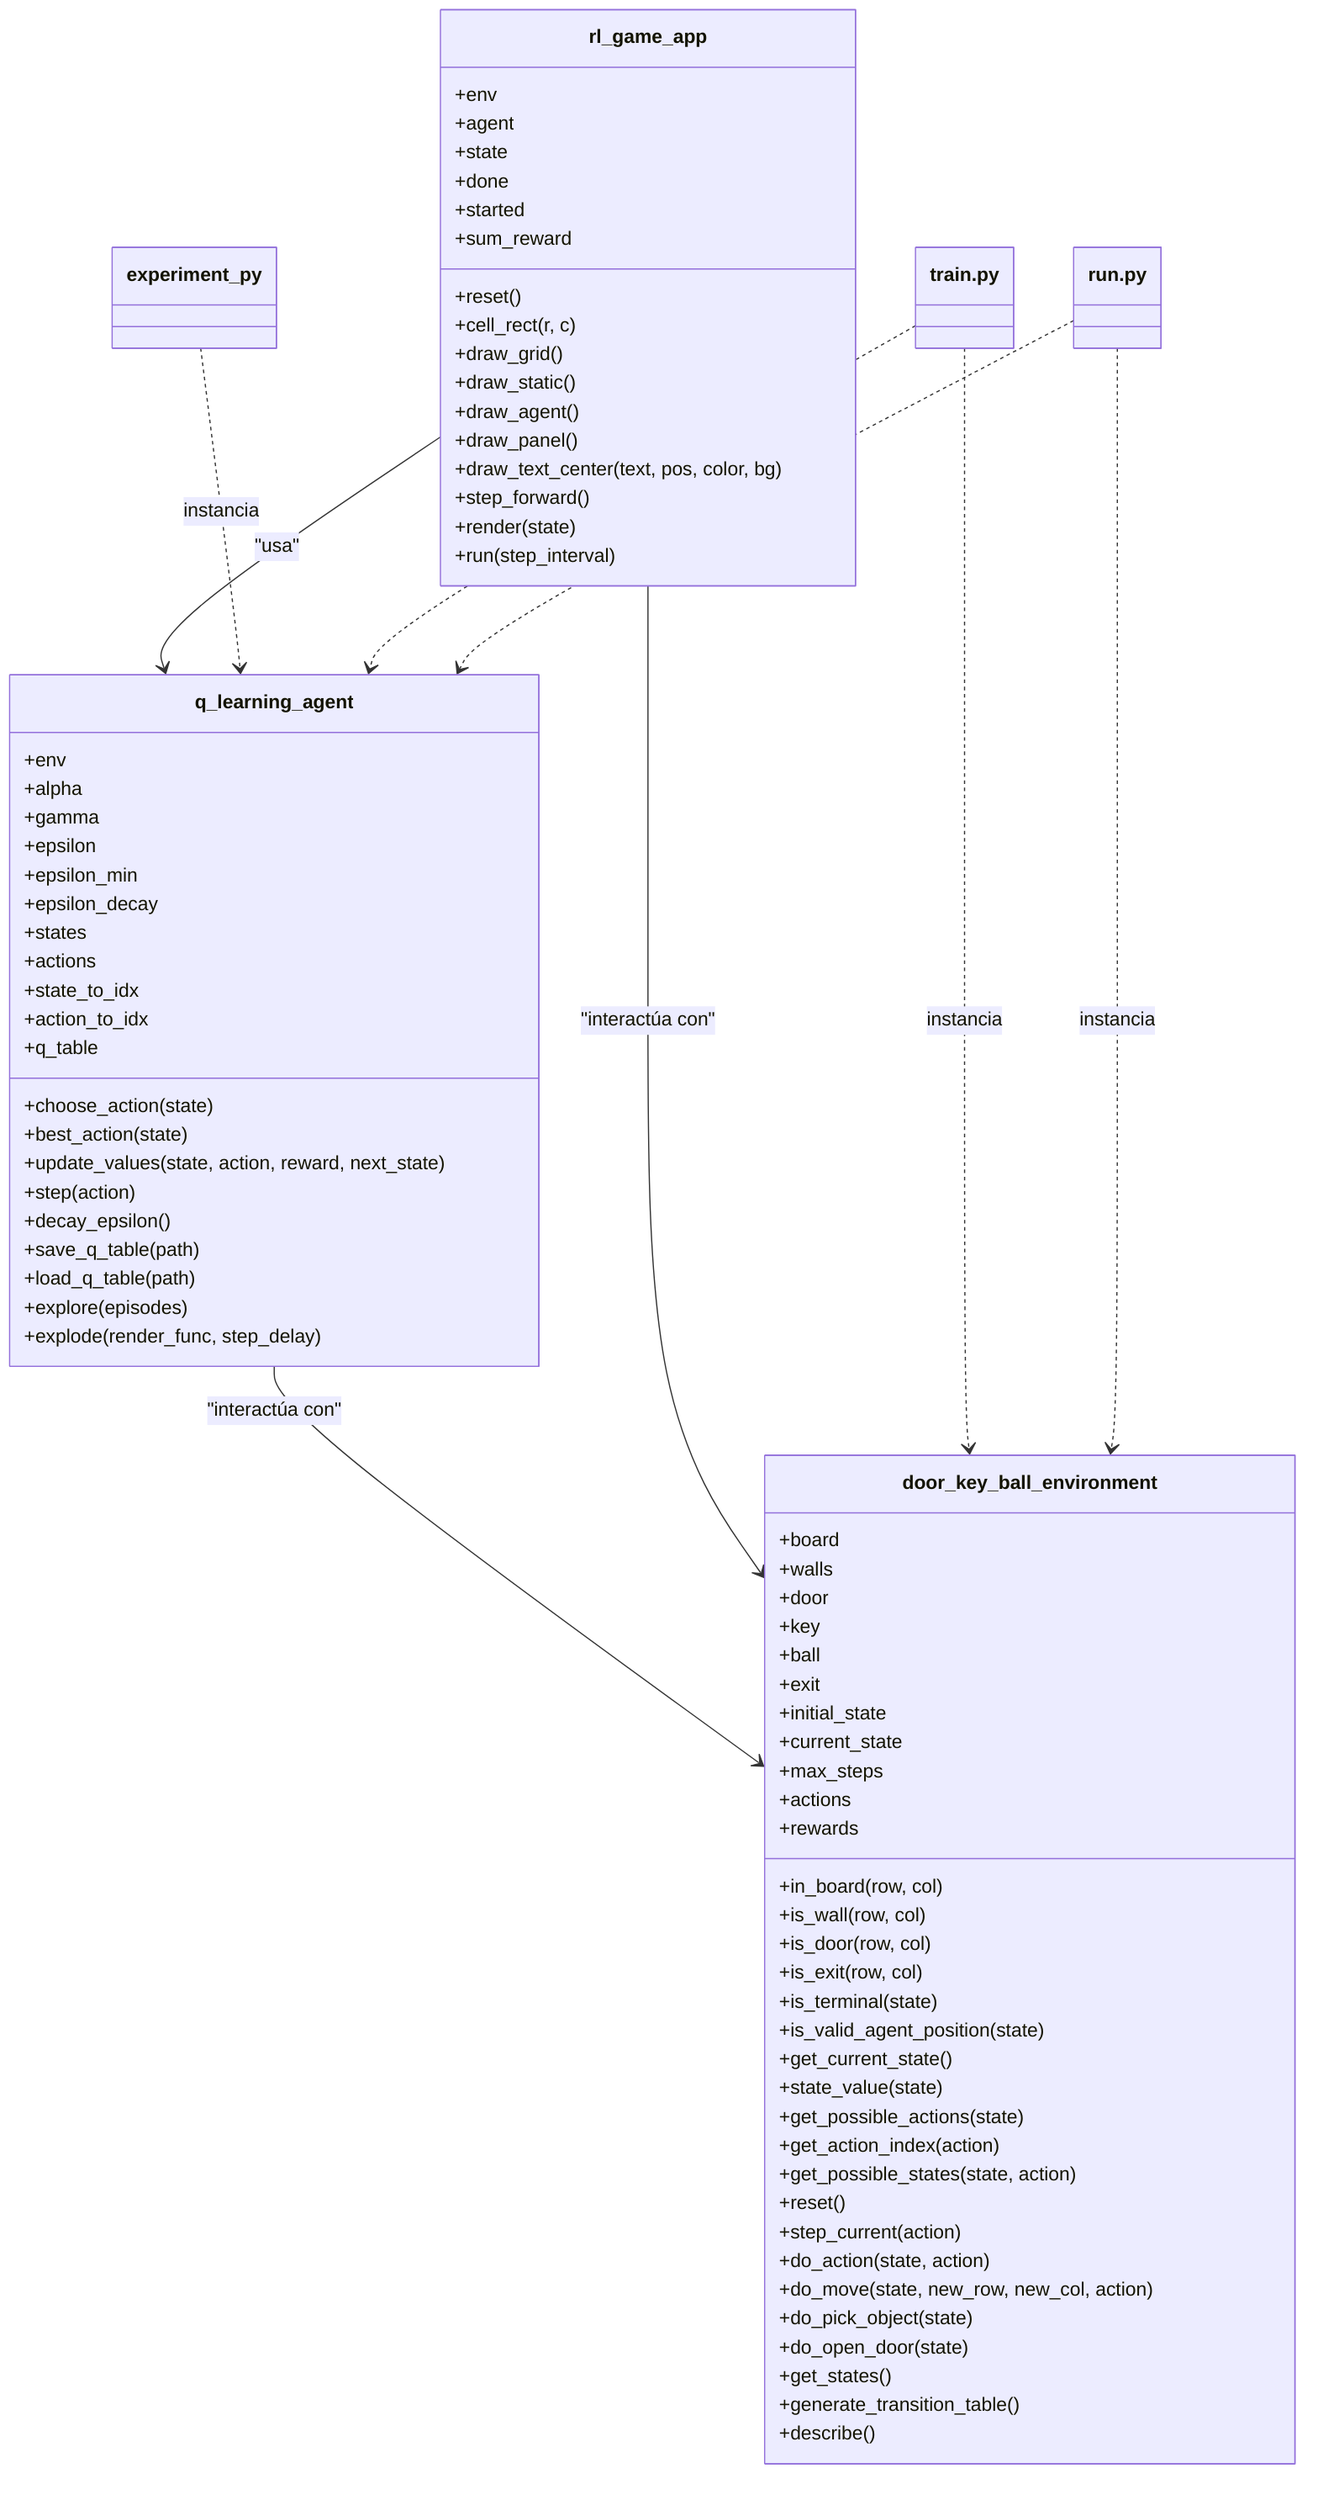
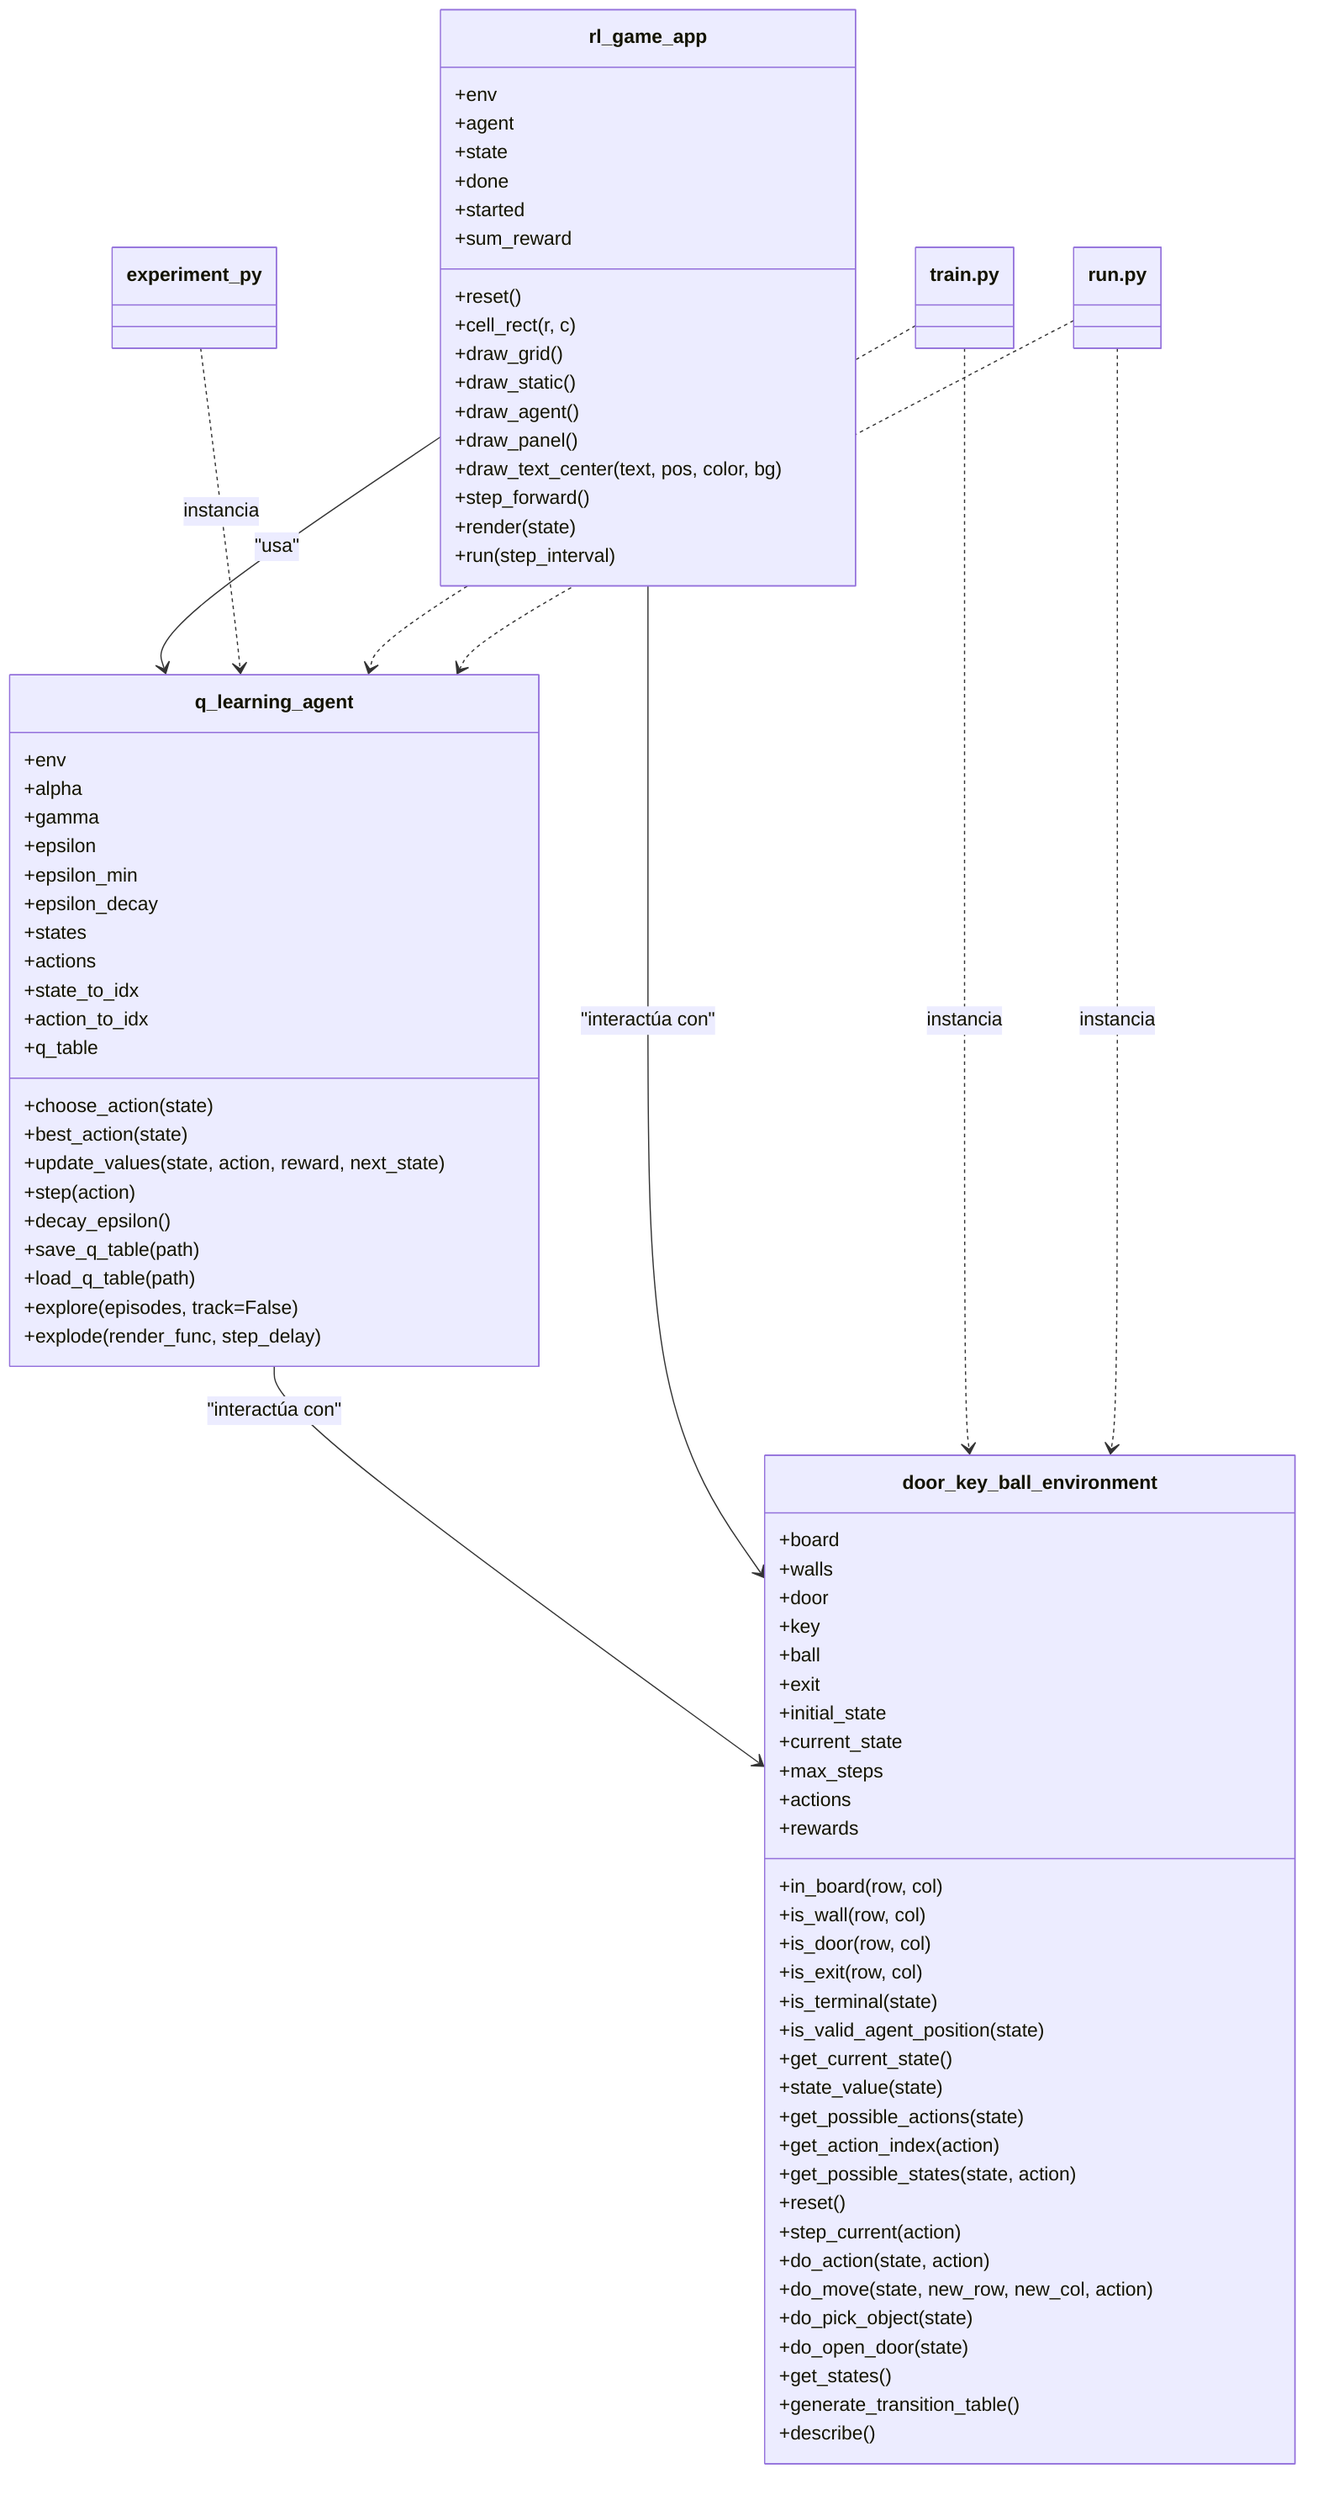
classDiagram
    class door_key_ball_environment {
        +board
        +walls
        +door
        +key
        +ball
        +exit
        +initial_state
        +current_state
        +max_steps
        +actions
        +rewards
        +in_board(row, col)
        +is_wall(row, col)
        +is_door(row, col)
        +is_exit(row, col)
        +is_terminal(state)
        +is_valid_agent_position(state)
        +get_current_state()
        +state_value(state)
        +get_possible_actions(state)
        +get_action_index(action)
        +get_possible_states(state, action)
        +reset()
        +step_current(action)
        +do_action(state, action)
        +do_move(state, new_row, new_col, action)
        +do_pick_object(state)
        +do_open_door(state)
        +get_states()
        +generate_transition_table()
        +describe()
    }

    class q_learning_agent {
        +env
        +alpha
        +gamma
        +epsilon
        +epsilon_min
        +epsilon_decay
        +states
        +actions
        +state_to_idx
        +action_to_idx
        +q_table
        +choose_action(state)
        +best_action(state)
        +update_values(state, action, reward, next_state)
        +step(action)
        +decay_epsilon()
        +save_q_table(path)
        +load_q_table(path)
-         +explore(episodes)
+         +explore(episodes, track=False)
        +explode(render_func, step_delay)
    }

    class rl_game_app {
        +env
        +agent
        +state
        +done
        +started
        +sum_reward
        +reset()
        +cell_rect(r, c)
        +draw_grid()
        +draw_static()
        +draw_agent()
        +draw_panel()
        +draw_text_center(text, pos, color, bg)
        +step_forward()
        +render(state)
        +run(step_interval)
    }

    q_learning_agent --> door_key_ball_environment : "interactúa con"
    rl_game_app --> door_key_ball_environment : "interactúa con"
    rl_game_app --> q_learning_agent : "usa"
    experiment_py ..> q_learning_agent : instancia
    train.py ..> door_key_ball_environment : instancia
    train.py ..> q_learning_agent : instancia
    run.py ..> door_key_ball_environment : instancia
    run.py ..> q_learning_agent : instancia
